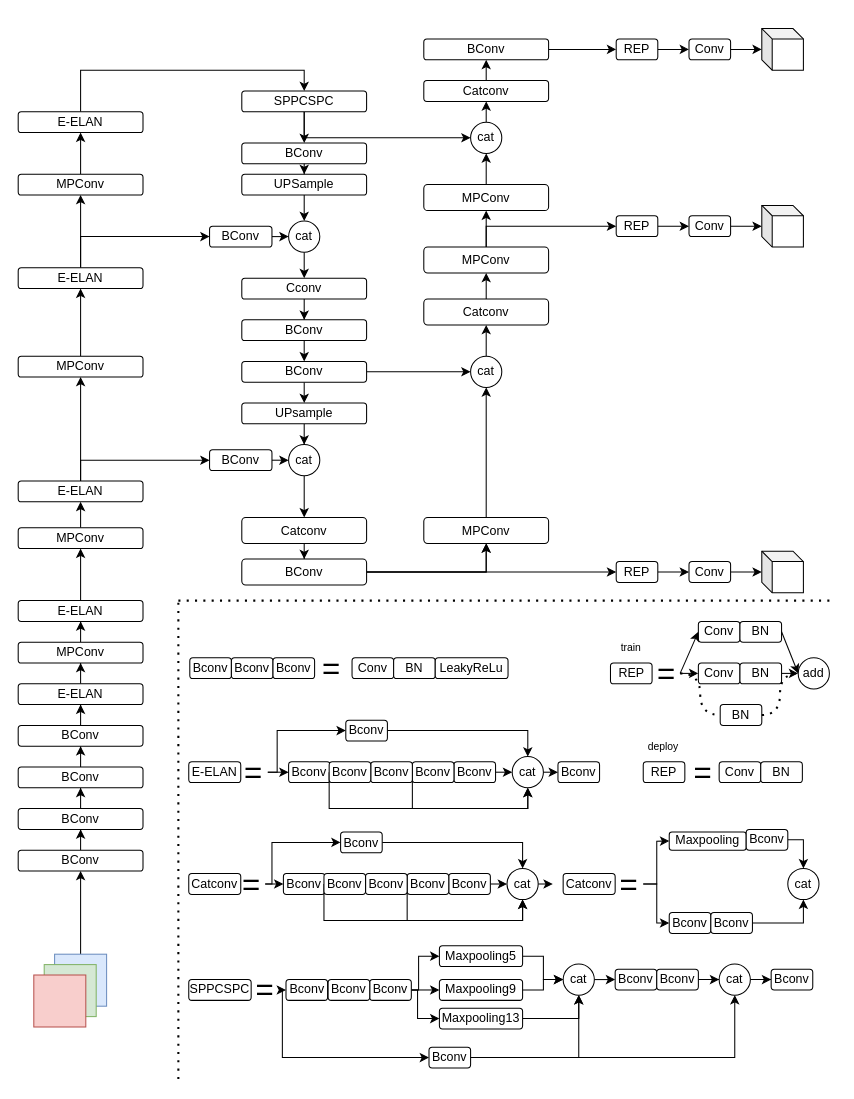
The draw.io diagram yolov7.drawio in YANGJUNYAN0715/papers, before the edit. Source tidied: cells renumbered, new cells numbered last; positions are measured from the earlier drawing's top-left corner, leaving out a move shared by most shapes. Both pictures are drawn from the tidied source at 104%, with x=0, y=0 at pixel (18, 28).
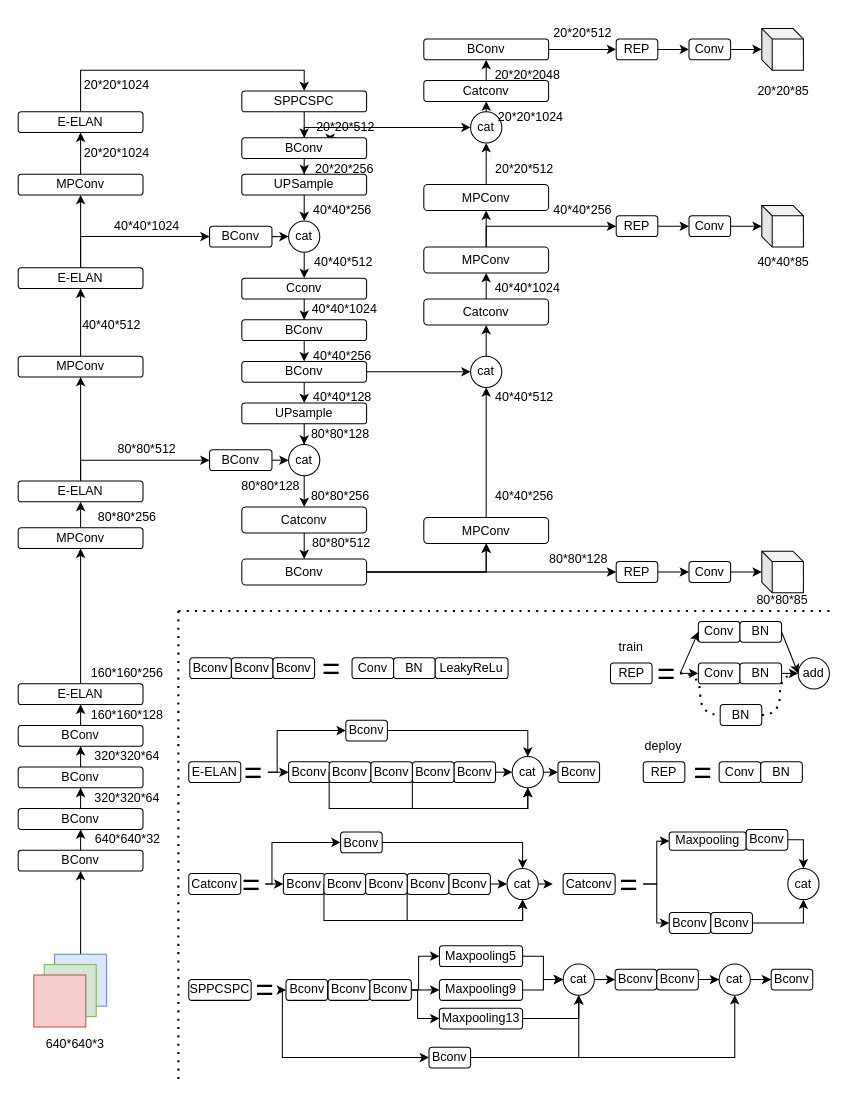
The same page after the edit.

Unchanged cells that the change refers to:
```xml
<mxCell id="15" value="E-ELAN" style="rounded=1;whiteSpace=wrap;html=1;" parent="1" vertex="1">
  <mxGeometry y="630" width="120" height="20" as="geometry" />
</mxCell>
<mxCell id="21" value="MPConv" style="rounded=1;whiteSpace=wrap;html=1;" parent="1" vertex="1">
  <mxGeometry y="480" width="120" height="20" as="geometry" />
</mxCell>
<mxCell id="34" value="SPPCSPC" style="rounded=1;whiteSpace=wrap;html=1;" parent="1" vertex="1">
  <mxGeometry x="215" y="60" width="120" height="20" as="geometry" />
</mxCell>
```

The edit, as a diff of the source:
```diff
@@
-    <mxCell id="14" style="edgeStyle=orthogonalEdgeStyle;rounded=0;jettySize=auto;html=1;exitX=0.5;exitY=0;exitDx=0;exitDy=0;" parent="1" edge="1" source="15" target="17">
-      <mxGeometry relative="1" as="geometry" />
-    </mxCell>
+    <mxCell id="196" style="edgeStyle=orthogonalEdgeStyle;curved=1;rounded=0;jettySize=auto;html=1;exitX=0.5;exitY=0;exitDx=0;exitDy=0;entryX=0.5;entryY=1;entryDx=0;entryDy=0;fontSize=12;" parent="1" edge="1" source="15" target="21">
+      <mxGeometry relative="1" as="geometry" />
+    </mxCell>
@@
-    <mxCell id="16" style="edgeStyle=orthogonalEdgeStyle;rounded=0;jettySize=auto;html=1;exitX=0.5;exitY=0;exitDx=0;exitDy=0;" parent="1" edge="1" source="17" target="19">
-      <mxGeometry relative="1" as="geometry" />
-    </mxCell>
-    <mxCell id="17" value="MPConv" style="rounded=1;whiteSpace=wrap;html=1;" parent="1" vertex="1">
-      <mxGeometry y="590" width="120" height="20" as="geometry" />
-    </mxCell>
-    <mxCell id="18" style="edgeStyle=orthogonalEdgeStyle;rounded=0;jettySize=auto;html=1;exitX=0.5;exitY=0;exitDx=0;exitDy=0;" parent="1" edge="1" source="19" target="21">
-      <mxGeometry relative="1" as="geometry" />
-    </mxCell>
-    <mxCell id="19" value="E-ELAN" style="rounded=1;whiteSpace=wrap;html=1;" parent="1" vertex="1">
-      <mxGeometry y="550" width="120" height="20" as="geometry" />
-    </mxCell>
@@
-    <mxCell id="33" style="edgeStyle=orthogonalEdgeStyle;rounded=0;jettySize=auto;html=1;exitX=0.5;exitY=1;exitDx=0;exitDy=0;entryX=0;entryY=0.5;entryDx=0;entryDy=0;" parent="1" edge="1" source="34" target="63">
-      <mxGeometry relative="1" as="geometry" />
+    <mxCell id="33" style="edgeStyle=orthogonalEdgeStyle;rounded=0;jettySize=auto;html=1;exitX=0.5;exitY=1;exitDx=0;exitDy=0;entryX=0;entryY=0.5;entryDx=0;entryDy=0;startArrow=none;" parent="1" edge="1" source="212" target="63">
+      <mxGeometry relative="1" as="geometry">
+        <Array as="points">
+          <mxPoint x="275" y="95" />
+        </Array>
+      </mxGeometry>
     </mxCell>
@@
+    <mxCell id="197" style="edgeStyle=orthogonalEdgeStyle;curved=1;rounded=0;jettySize=auto;html=1;exitX=0.75;exitY=0;exitDx=0;exitDy=0;entryX=0.25;entryY=1;entryDx=0;entryDy=0;fontSize=12;" parent="1" edge="1" source="36" target="212">
+      <mxGeometry relative="1" as="geometry" />
+    </mxCell>
     <mxCell id="36" value="BConv" style="rounded=1;whiteSpace=wrap;html=1;" parent="1" vertex="1">
-      <mxGeometry x="215" y="110" width="120" height="20" as="geometry" />
+      <mxGeometry x="215" y="105" width="120" height="20" as="geometry" />
     </mxCell>
@@
     <mxCell id="57" value="Catconv" style="whiteSpace=wrap;html=1;rounded=1;" parent="1" vertex="1">
-      <mxGeometry x="215" y="470" width="120" height="25" as="geometry" />
+      <mxGeometry x="215" y="460" width="120" height="25" as="geometry" />
     </mxCell>
@@
     <mxCell id="63" value="cat" style="ellipse;whiteSpace=wrap;html=1;rounded=1;" parent="1" vertex="1">
-      <mxGeometry x="435" y="90" width="30" height="30" as="geometry" />
+      <mxGeometry x="435" y="80" width="30" height="30" as="geometry" />
     </mxCell>
@@
     <mxCell id="94" style="endArrow=none;dashed=1;html=1;dashPattern=1 3;strokeWidth=2;rounded=0;" parent="1" edge="1">
       <mxGeometry relative="1" as="geometry">
         <mxPoint x="154" y="1010" as="sourcePoint" />
-        <mxPoint x="154" y="550" as="targetPoint" />
+        <mxPoint x="154" y="560" as="targetPoint" />
       </mxGeometry>
     </mxCell>
     <mxCell id="95" style="endArrow=none;dashed=1;html=1;dashPattern=1 3;strokeWidth=2;rounded=0;" parent="1" edge="1">
       <mxGeometry relative="1" as="geometry">
-        <mxPoint x="154" y="550" as="sourcePoint" />
-        <mxPoint x="784" y="550" as="targetPoint" />
+        <mxPoint x="154" y="560" as="sourcePoint" />
+        <mxPoint x="784" y="560" as="targetPoint" />
       </mxGeometry>
     </mxCell>
@@
-    <mxCell id="180" value="deploy" style="text;html=1;strokeColor=none;fillColor=none;align=center;verticalAlign=middle;whiteSpace=wrap;rounded=0;strokeWidth=1;fontSize=10;" parent="1" vertex="1">
+    <mxCell id="180" value="deploy" style="text;html=1;strokeColor=none;fillColor=none;align=center;verticalAlign=middle;whiteSpace=wrap;rounded=0;strokeWidth=1;fontSize=12;" parent="1" vertex="1">
       <mxGeometry x="601" y="675" width="39" height="30" as="geometry" />
     </mxCell>
@@
-    <mxCell id="185" value="train" style="text;html=1;strokeColor=none;fillColor=none;align=center;verticalAlign=middle;whiteSpace=wrap;rounded=0;strokeWidth=1;fontSize=10;" parent="1" vertex="1">
+    <mxCell id="185" value="train" style="text;html=1;strokeColor=none;fillColor=none;align=center;verticalAlign=middle;whiteSpace=wrap;rounded=0;strokeWidth=1;fontSize=12;" parent="1" vertex="1">
       <mxGeometry x="569.5" y="580" width="39" height="30" as="geometry" />
     </mxCell>
@@
+    <mxCell id="198" value="640*640*3" style="text;html=1;strokeColor=none;fillColor=none;align=center;verticalAlign=middle;whiteSpace=wrap;rounded=0;strokeWidth=1;fontSize=12;" parent="1" vertex="1">
+      <mxGeometry x="25" y="962" width="60" height="30" as="geometry" />
+    </mxCell>
+    <mxCell id="199" value="640*640*32" style="text;html=1;strokeColor=none;fillColor=none;align=center;verticalAlign=middle;whiteSpace=wrap;rounded=0;strokeWidth=1;fontSize=12;" parent="1" vertex="1">
+      <mxGeometry x="76" y="765" width="59" height="30" as="geometry" />
+    </mxCell>
+    <mxCell id="200" value="320*320*64" style="text;html=1;strokeColor=none;fillColor=none;align=center;verticalAlign=middle;whiteSpace=wrap;rounded=0;strokeWidth=1;fontSize=12;" parent="1" vertex="1">
+      <mxGeometry x="75" y="725" width="60" height="30" as="geometry" />
+    </mxCell>
+    <mxCell id="201" value="320*320*64" style="text;html=1;strokeColor=none;fillColor=none;align=center;verticalAlign=middle;whiteSpace=wrap;rounded=0;strokeWidth=1;fontSize=12;" parent="1" vertex="1">
+      <mxGeometry x="75" y="685" width="60" height="30" as="geometry" />
+    </mxCell>
+    <mxCell id="202" value="160*160*128" style="text;html=1;strokeColor=none;fillColor=none;align=center;verticalAlign=middle;whiteSpace=wrap;rounded=0;strokeWidth=1;fontSize=12;" parent="1" vertex="1">
+      <mxGeometry x="75" y="645" width="60" height="30" as="geometry" />
+    </mxCell>
+    <mxCell id="203" value="160*160*256" style="text;html=1;strokeColor=none;fillColor=none;align=center;verticalAlign=middle;whiteSpace=wrap;rounded=0;strokeWidth=1;fontSize=12;" parent="1" vertex="1">
+      <mxGeometry x="75" y="605" width="60" height="30" as="geometry" />
+    </mxCell>
+    <mxCell id="204" value="80*80*256" style="text;html=1;strokeColor=none;fillColor=none;align=center;verticalAlign=middle;whiteSpace=wrap;rounded=0;strokeWidth=1;fontSize=12;" parent="1" vertex="1">
+      <mxGeometry x="75" y="455" width="60" height="30" as="geometry" />
+    </mxCell>
+    <mxCell id="205" value="80*80*512" style="text;html=1;strokeColor=none;fillColor=none;align=center;verticalAlign=middle;whiteSpace=wrap;rounded=0;strokeWidth=1;fontSize=12;" parent="1" vertex="1">
+      <mxGeometry x="94" y="390" width="60" height="30" as="geometry" />
+    </mxCell>
+    <mxCell id="206" value="40*40*512" style="text;html=1;strokeColor=none;fillColor=none;align=center;verticalAlign=middle;whiteSpace=wrap;rounded=0;strokeWidth=1;fontSize=12;" parent="1" vertex="1">
+      <mxGeometry x="60" y="270" width="60" height="30" as="geometry" />
+    </mxCell>
+    <mxCell id="207" value="40*40*1024" style="text;html=1;strokeColor=none;fillColor=none;align=center;verticalAlign=middle;whiteSpace=wrap;rounded=0;strokeWidth=1;fontSize=12;" parent="1" vertex="1">
+      <mxGeometry x="94" y="175" width="60" height="30" as="geometry" />
+    </mxCell>
+    <mxCell id="208" value="20*20*1024" style="text;html=1;strokeColor=none;fillColor=none;align=center;verticalAlign=middle;whiteSpace=wrap;rounded=0;strokeWidth=1;fontSize=12;" parent="1" vertex="1">
+      <mxGeometry x="65" y="105" width="60" height="30" as="geometry" />
+    </mxCell>
+    <mxCell id="209" value="20*20*1024" style="text;html=1;strokeColor=none;fillColor=none;align=center;verticalAlign=middle;whiteSpace=wrap;rounded=0;strokeWidth=1;fontSize=12;" parent="1" vertex="1">
+      <mxGeometry x="65" y="40" width="60" height="30" as="geometry" />
+    </mxCell>
+    <mxCell id="210" value="40*40*256" style="text;html=1;strokeColor=none;fillColor=none;align=center;verticalAlign=middle;whiteSpace=wrap;rounded=0;strokeWidth=1;fontSize=12;" parent="1" vertex="1">
+      <mxGeometry x="282" y="160" width="60" height="30" as="geometry" />
+    </mxCell>
+    <mxCell id="211" value="20*20*256" style="text;html=1;strokeColor=none;fillColor=none;align=center;verticalAlign=middle;whiteSpace=wrap;rounded=0;strokeWidth=1;fontSize=12;" parent="1" vertex="1">
+      <mxGeometry x="284" y="120" width="60" height="30" as="geometry" />
+    </mxCell>
+    <mxCell id="212" value="20*20*512" style="text;html=1;strokeColor=none;fillColor=none;align=center;verticalAlign=middle;whiteSpace=wrap;rounded=0;strokeWidth=1;fontSize=12;" parent="1" vertex="1">
+      <mxGeometry x="285" y="80" width="60" height="30" as="geometry" />
+    </mxCell>
+    <mxCell id="213" value="40*40*512" style="text;html=1;strokeColor=none;fillColor=none;align=center;verticalAlign=middle;whiteSpace=wrap;rounded=0;strokeWidth=1;fontSize=12;" parent="1" vertex="1">
+      <mxGeometry x="285" y="210" width="56" height="30" as="geometry" />
+    </mxCell>
+    <mxCell id="214" value="40*40*1024" style="text;html=1;strokeColor=none;fillColor=none;align=center;verticalAlign=middle;whiteSpace=wrap;rounded=0;strokeWidth=1;fontSize=12;" parent="1" vertex="1">
+      <mxGeometry x="286" y="255" width="56" height="30" as="geometry" />
+    </mxCell>
+    <mxCell id="215" value="40*40*256" style="text;html=1;strokeColor=none;fillColor=none;align=center;verticalAlign=middle;whiteSpace=wrap;rounded=0;strokeWidth=1;fontSize=12;" parent="1" vertex="1">
+      <mxGeometry x="284" y="300" width="56" height="30" as="geometry" />
+    </mxCell>
+    <mxCell id="216" value="40*40*128" style="text;html=1;strokeColor=none;fillColor=none;align=center;verticalAlign=middle;whiteSpace=wrap;rounded=0;strokeWidth=1;fontSize=12;" parent="1" vertex="1">
+      <mxGeometry x="284" y="340" width="56" height="30" as="geometry" />
+    </mxCell>
+    <mxCell id="217" value="80*80*128" style="text;html=1;strokeColor=none;fillColor=none;align=center;verticalAlign=middle;whiteSpace=wrap;rounded=0;strokeWidth=1;fontSize=12;" parent="1" vertex="1">
+      <mxGeometry x="282" y="375" width="56" height="30" as="geometry" />
+    </mxCell>
+    <mxCell id="218" value="80*80*128" style="text;html=1;strokeColor=none;fillColor=none;align=center;verticalAlign=middle;whiteSpace=wrap;rounded=0;strokeWidth=1;fontSize=12;" parent="1" vertex="1">
+      <mxGeometry x="215" y="425" width="56" height="30" as="geometry" />
+    </mxCell>
+    <mxCell id="219" value="80*80*256" style="text;html=1;strokeColor=none;fillColor=none;align=center;verticalAlign=middle;whiteSpace=wrap;rounded=0;strokeWidth=1;fontSize=12;" parent="1" vertex="1">
+      <mxGeometry x="282" y="435" width="56" height="30" as="geometry" />
+    </mxCell>
+    <mxCell id="220" value="80*80*512" style="text;html=1;strokeColor=none;fillColor=none;align=center;verticalAlign=middle;whiteSpace=wrap;rounded=0;strokeWidth=1;fontSize=12;" parent="1" vertex="1">
+      <mxGeometry x="283" y="480" width="56" height="30" as="geometry" />
+    </mxCell>
+    <mxCell id="221" value="40*40*256" style="text;html=1;strokeColor=none;fillColor=none;align=center;verticalAlign=middle;whiteSpace=wrap;rounded=0;strokeWidth=1;fontSize=12;" parent="1" vertex="1">
+      <mxGeometry x="459" y="435" width="56" height="30" as="geometry" />
+    </mxCell>
+    <mxCell id="222" value="40*40*512" style="text;html=1;strokeColor=none;fillColor=none;align=center;verticalAlign=middle;whiteSpace=wrap;rounded=0;strokeWidth=1;fontSize=12;" parent="1" vertex="1">
+      <mxGeometry x="459" y="340" width="56" height="30" as="geometry" />
+    </mxCell>
+    <mxCell id="223" value="40*40*1024" style="text;html=1;strokeColor=none;fillColor=none;align=center;verticalAlign=middle;whiteSpace=wrap;rounded=0;strokeWidth=1;fontSize=12;" parent="1" vertex="1">
+      <mxGeometry x="462" y="235" width="56" height="30" as="geometry" />
+    </mxCell>
+    <mxCell id="224" value="40*40*256" style="text;html=1;strokeColor=none;fillColor=none;align=center;verticalAlign=middle;whiteSpace=wrap;rounded=0;strokeWidth=1;fontSize=12;" parent="1" vertex="1">
+      <mxGeometry x="515" y="160" width="56" height="30" as="geometry" />
+    </mxCell>
+    <mxCell id="225" value="20*20*512" style="text;html=1;strokeColor=none;fillColor=none;align=center;verticalAlign=middle;whiteSpace=wrap;rounded=0;strokeWidth=1;fontSize=12;" parent="1" vertex="1">
+      <mxGeometry x="459" y="120" width="56" height="30" as="geometry" />
+    </mxCell>
+    <mxCell id="226" value="20*20*1024" style="text;html=1;strokeColor=none;fillColor=none;align=center;verticalAlign=middle;whiteSpace=wrap;rounded=0;strokeWidth=1;fontSize=12;" parent="1" vertex="1">
+      <mxGeometry x="465" y="70" width="56" height="30" as="geometry" />
+    </mxCell>
+    <mxCell id="227" value="20*20*2048" style="text;html=1;strokeColor=none;fillColor=none;align=center;verticalAlign=middle;whiteSpace=wrap;rounded=0;strokeWidth=1;fontSize=12;" parent="1" vertex="1">
+      <mxGeometry x="462" y="30" width="56" height="30" as="geometry" />
+    </mxCell>
+    <mxCell id="228" value="20*20*512" style="text;html=1;strokeColor=none;fillColor=none;align=center;verticalAlign=middle;whiteSpace=wrap;rounded=0;strokeWidth=1;fontSize=12;" parent="1" vertex="1">
+      <mxGeometry x="515" y="-10" width="56" height="30" as="geometry" />
+    </mxCell>
+    <mxCell id="229" value="80*80*128" style="text;html=1;strokeColor=none;fillColor=none;align=center;verticalAlign=middle;whiteSpace=wrap;rounded=0;strokeWidth=1;fontSize=12;" parent="1" vertex="1">
+      <mxGeometry x="511" y="495" width="56" height="30" as="geometry" />
+    </mxCell>
+    <mxCell id="230" value="20*20*85" style="text;html=1;strokeColor=none;fillColor=none;align=center;verticalAlign=middle;whiteSpace=wrap;rounded=0;strokeWidth=1;fontSize=12;" parent="1" vertex="1">
+      <mxGeometry x="708" y="45" width="56" height="30" as="geometry" />
+    </mxCell>
+    <mxCell id="231" value="40*40*85" style="text;html=1;strokeColor=none;fillColor=none;align=center;verticalAlign=middle;whiteSpace=wrap;rounded=0;strokeWidth=1;fontSize=12;" parent="1" vertex="1">
+      <mxGeometry x="708" y="210" width="56" height="30" as="geometry" />
+    </mxCell>
+    <mxCell id="232" value="80*80*85" style="text;html=1;strokeColor=none;fillColor=none;align=center;verticalAlign=middle;whiteSpace=wrap;rounded=0;strokeWidth=1;fontSize=12;" parent="1" vertex="1">
+      <mxGeometry x="707" y="535" width="56" height="30" as="geometry" />
+    </mxCell>
```
